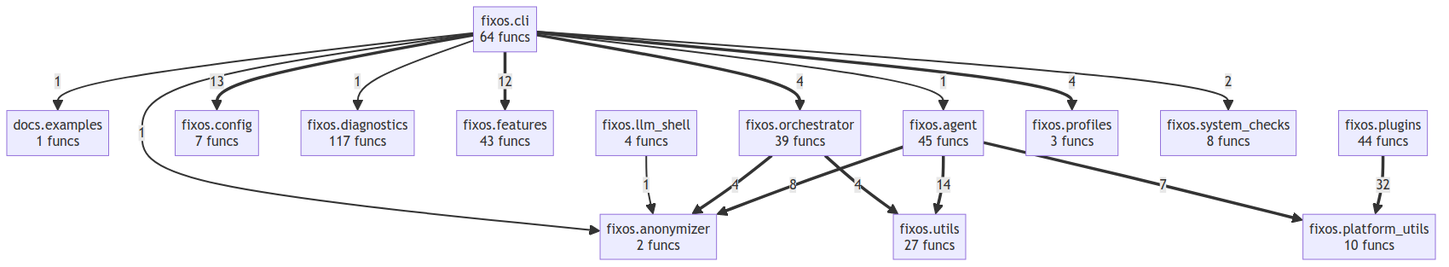
Before: project/compact_flow.png, a diagram exported from Mermaid (wronai/fixos). Its source is kept beside it as project/compact_flow.mmd.
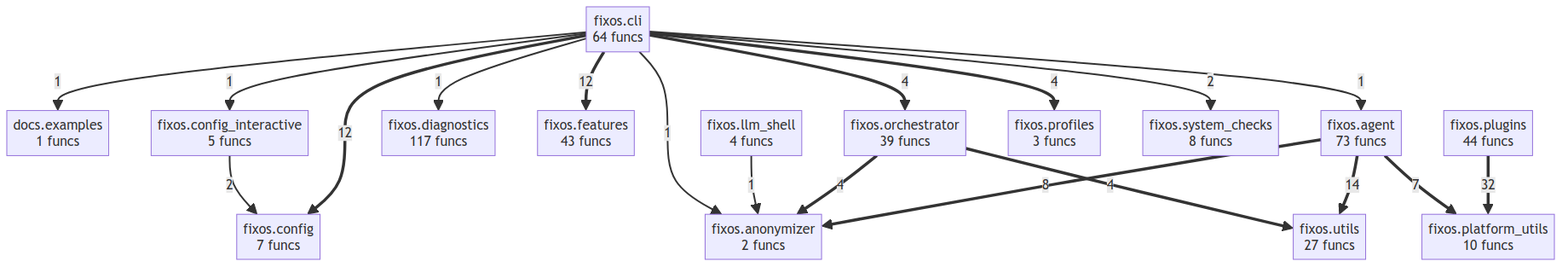
After the change.

The edit, as a diff of the source:
```diff
@@ -1,9 +1,10 @@
 flowchart TD
     docs__examples["docs.examples<br/>1 funcs"]
-    fixos__agent["fixos.agent<br/>45 funcs"]
+    fixos__agent["fixos.agent<br/>73 funcs"]
     fixos__anonymizer["fixos.anonymizer<br/>2 funcs"]
     fixos__cli["fixos.cli<br/>64 funcs"]
     fixos__config["fixos.config<br/>7 funcs"]
+    fixos__config_interactive["fixos.config_interactive<br/>5 funcs"]
     fixos__diagnostics["fixos.diagnostics<br/>117 funcs"]
     fixos__features["fixos.features<br/>43 funcs"]
     fixos__llm_shell["fixos.llm_shell<br/>4 funcs"]
@@ -15,7 +16,7 @@
     fixos__utils["fixos.utils<br/>27 funcs"]
     fixos__plugins ==>|32| fixos__platform_utils
     fixos__agent ==>|14| fixos__utils
-    fixos__cli ==>|13| fixos__config
+    fixos__cli ==>|12| fixos__config
     fixos__cli ==>|12| fixos__features
     fixos__agent ==>|8| fixos__anonymizer
     fixos__agent ==>|7| fixos__platform_utils
@@ -23,8 +24,10 @@
     fixos__cli ==>|4| fixos__orchestrator
     fixos__orchestrator ==>|4| fixos__anonymizer
     fixos__orchestrator ==>|4| fixos__utils
+    fixos__config_interactive -->|2| fixos__config
     fixos__cli -->|2| fixos__system_checks
     fixos__llm_shell -->|1| fixos__anonymizer
+    fixos__cli -->|1| fixos__config_interactive
     fixos__cli -->|1| fixos__anonymizer
     fixos__cli -->|1| docs__examples
     fixos__cli -->|1| fixos__agent
```
